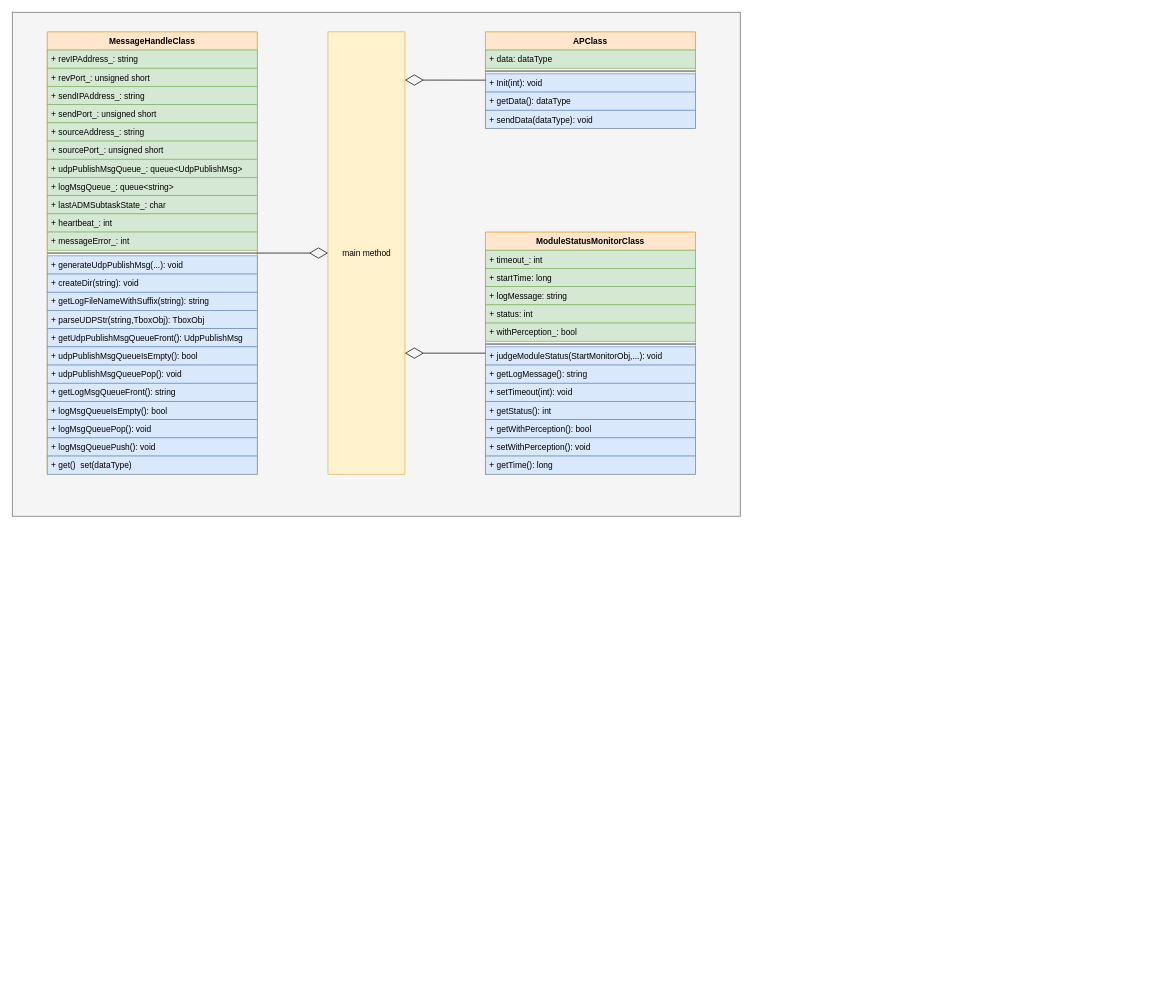
This is 未命名绘图.drawio from xiaoleli/diagrams, a draw.io file, before an edit. Source tidied: cells renumbered, new cells numbered last; positions are measured from the earlier drawing's top-left corner, leaving out a move shared by most shapes. Both pictures are drawn from the tidied source at 70%, with x=0, y=0 at pixel (12, 12).
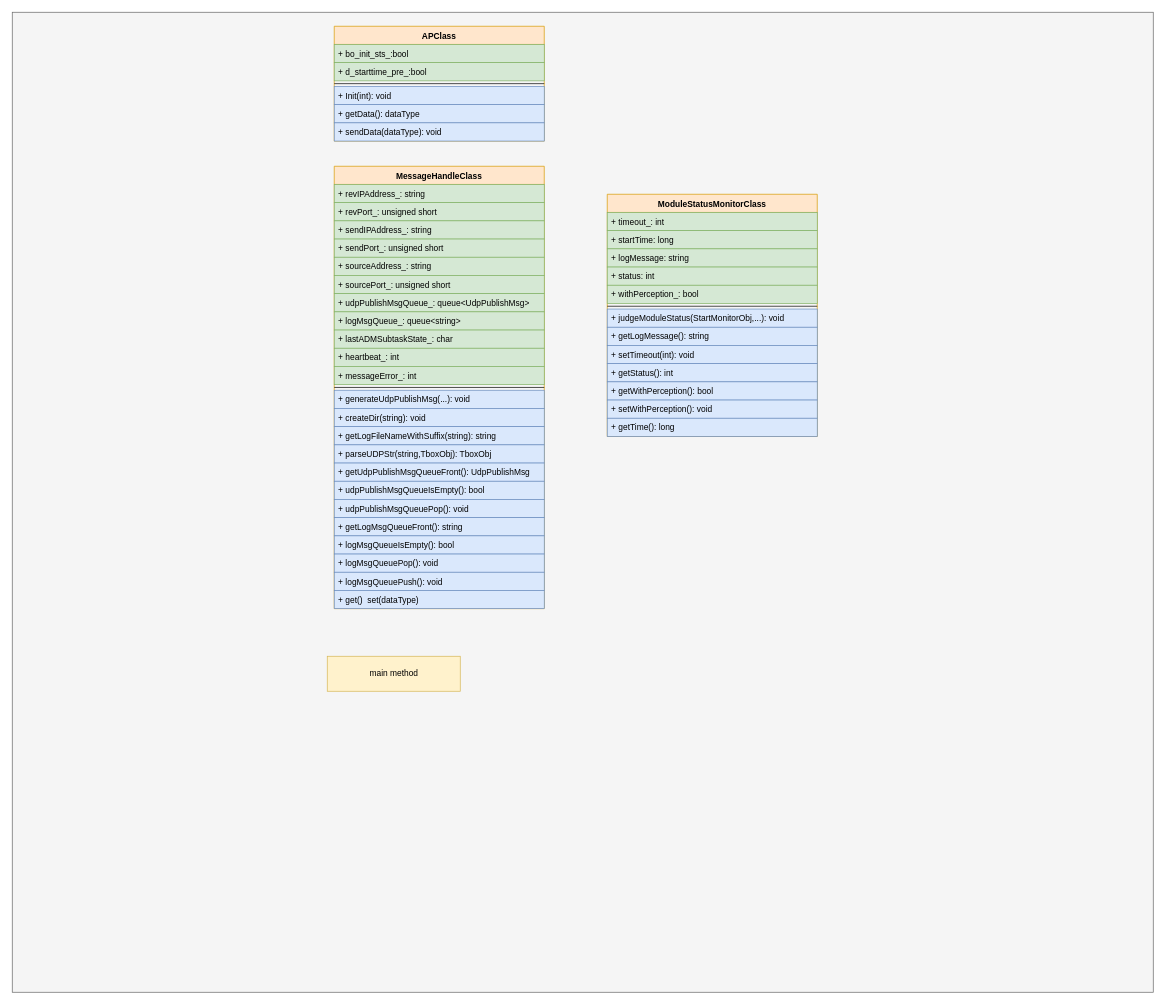
Above is the later version.

Commit message:
更新未命名绘图.drawio

Diff of the diagram source:
```diff
@@
     <mxCell id="2" style="html=1;fillColor=#f5f5f5;fontColor=#333333;strokeColor=#666666;" parent="1" vertex="1">
-      <mxGeometry width="1040" height="720" as="geometry" />
+      <mxGeometry width="1630" height="1400" as="geometry" />
     </mxCell>
     <mxCell id="3" value="APClass" style="swimlane;fontStyle=1;align=center;verticalAlign=top;horizontal=1;startSize=26;fillColor=#ffe6cc;strokeColor=#d79b00;" parent="1" vertex="1">
-      <mxGeometry x="676" y="28" width="300" height="138" as="geometry" />
+      <mxGeometry x="460" y="20" width="300" height="164" as="geometry" />
     </mxCell>
-    <mxCell id="4" value="+ data: dataType" style="text;strokeColor=#82b366;fillColor=#d5e8d4;align=left;verticalAlign=top;spacingLeft=4;spacingRight=4;overflow=hidden;" parent="3" vertex="1">
+    <mxCell id="4" value="+ bo_init_sts_:bool " style="text;strokeColor=#82b366;fillColor=#d5e8d4;align=left;verticalAlign=top;spacingLeft=4;spacingRight=4;overflow=hidden;" parent="3" vertex="1">
       <mxGeometry y="26" width="300" height="26" as="geometry" />
     </mxCell>
+    <mxCell id="52" value="+ d_starttime_pre_:bool " style="text;strokeColor=#82b366;fillColor=#d5e8d4;align=left;verticalAlign=top;spacingLeft=4;spacingRight=4;overflow=hidden;" parent="3" vertex="1">
+      <mxGeometry y="52" width="300" height="26" as="geometry" />
+    </mxCell>
     <mxCell id="5" style="line;strokeWidth=1;fillColor=none;align=left;verticalAlign=middle;spacingTop=-1;spacingLeft=3;spacingRight=3;labelPosition=right;" parent="3" vertex="1">
-      <mxGeometry y="52" width="300" height="8" as="geometry" />
+      <mxGeometry y="78" width="300" height="8" as="geometry" />
     </mxCell>
     <mxCell id="6" value="+ Init(int): void" style="text;strokeColor=#6c8ebf;fillColor=#dae8fc;align=left;verticalAlign=top;spacingLeft=4;spacingRight=4;overflow=hidden;" parent="3" vertex="1">
-      <mxGeometry y="60" width="300" height="26" as="geometry" />
+      <mxGeometry y="86" width="300" height="26" as="geometry" />
     </mxCell>
     <mxCell id="7" value="+ getData(): dataType" style="text;strokeColor=#6c8ebf;fillColor=#dae8fc;align=left;verticalAlign=top;spacingLeft=4;spacingRight=4;overflow=hidden;" parent="3" vertex="1">
-      <mxGeometry y="86" width="300" height="26" as="geometry" />
+      <mxGeometry y="112" width="300" height="26" as="geometry" />
     </mxCell>
     <mxCell id="8" value="+ sendData(dataType): void" style="text;strokeColor=#6c8ebf;fillColor=#dae8fc;align=left;verticalAlign=top;spacingLeft=4;spacingRight=4;overflow=hidden;" parent="3" vertex="1">
-      <mxGeometry y="112" width="300" height="26" as="geometry" />
+      <mxGeometry y="138" width="300" height="26" as="geometry" />
     </mxCell>
     <mxCell id="9" value="MessageHandleClass" style="swimlane;fontStyle=1;align=center;verticalAlign=top;horizontal=1;startSize=26;fillColor=#ffe6cc;strokeColor=#d79b00;" parent="1" vertex="1">
-      <mxGeometry x="50" y="28" width="300" height="632" as="geometry" />
+      <mxGeometry x="460" y="220" width="300" height="632" as="geometry" />
     </mxCell>
@@
     <mxCell id="34" value="ModuleStatusMonitorClass" style="swimlane;fontStyle=1;align=center;verticalAlign=top;horizontal=1;startSize=26;fillColor=#ffe6cc;strokeColor=#d79b00;" parent="1" vertex="1">
-      <mxGeometry x="676" y="314" width="300" height="346" as="geometry" />
+      <mxGeometry x="850" y="260" width="300" height="346" as="geometry" />
     </mxCell>
@@
     <mxCell id="48" value="main method" style="html=1;fillColor=#fff2cc;strokeColor=#d6b656;" parent="1" vertex="1">
-      <mxGeometry x="451" y="28" width="110" height="632" as="geometry" />
+      <mxGeometry x="450" y="920" width="190" height="50" as="geometry" />
     </mxCell>
-    <mxCell id="49" style="endArrow=diamondThin;endFill=0;endSize=24;html=1;rounded=0;exitX=1;exitY=0.5;exitDx=0;exitDy=0;entryX=0;entryY=0.5;entryDx=0;entryDy=0;" parent="1" edge="1" source="9" target="48">
-      <mxGeometry relative="1" as="geometry" />
-    </mxCell>
-    <mxCell id="50" style="endArrow=diamondThin;endFill=0;endSize=24;html=1;rounded=0;exitX=0;exitY=0.5;exitDx=0;exitDy=0;entryX=1;entryY=0.109;entryDx=0;entryDy=0;entryPerimeter=0;" parent="1" edge="1" source="3" target="48">
-      <mxGeometry relative="1" as="geometry" />
-    </mxCell>
-    <mxCell id="51" style="endArrow=diamondThin;endFill=0;endSize=24;html=1;rounded=0;exitX=0;exitY=0.5;exitDx=0;exitDy=0;" parent="1" edge="1" source="34">
-      <mxGeometry relative="1" as="geometry">
-        <mxPoint x="561" y="487" as="targetPoint" />
-      </mxGeometry>
-    </mxCell>
```
